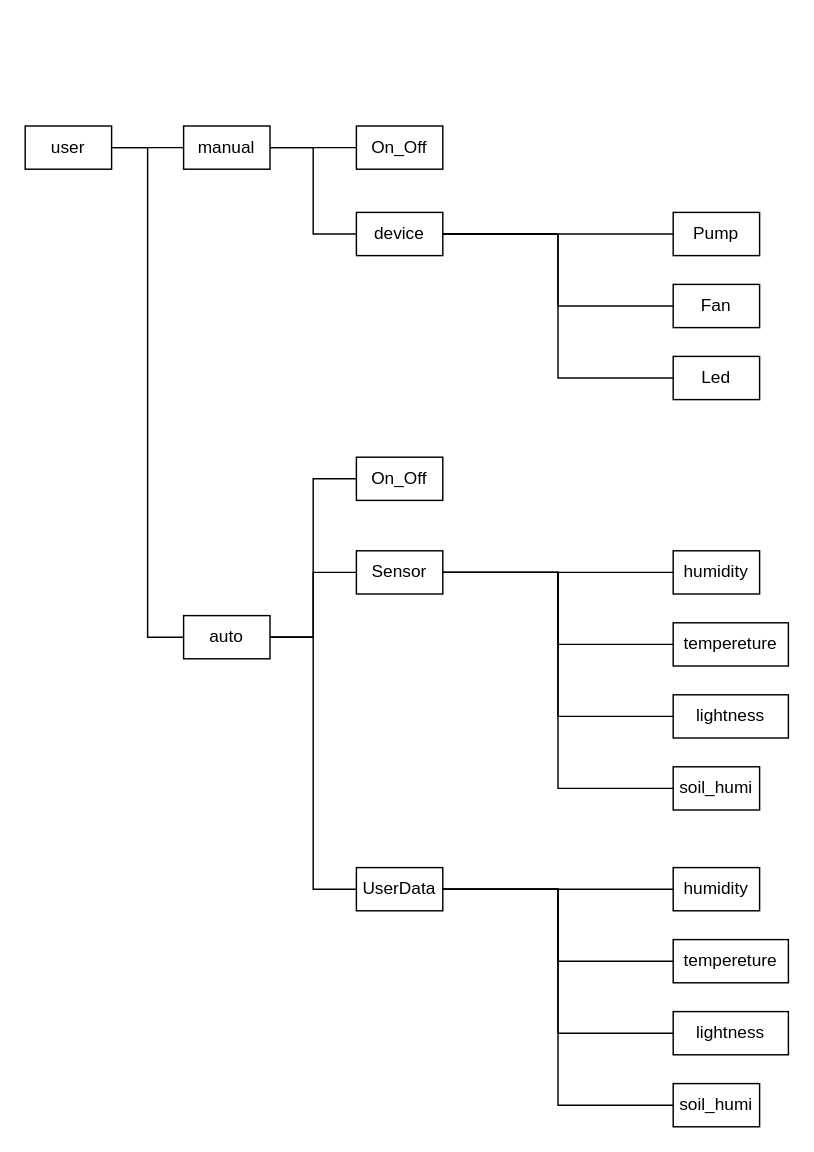
This is 6주차/데이터베이스_저장트리.drawio from sonmyungwon/Software-Development, a draw.io file, before an edit. Source tidied: cells renumbered, new cells numbered last; positions are measured from the earlier drawing's top-left corner, leaving out a move shared by most shapes. Both pictures are drawn from the tidied source at 144%, with x=0, y=0 at pixel (24, 125).
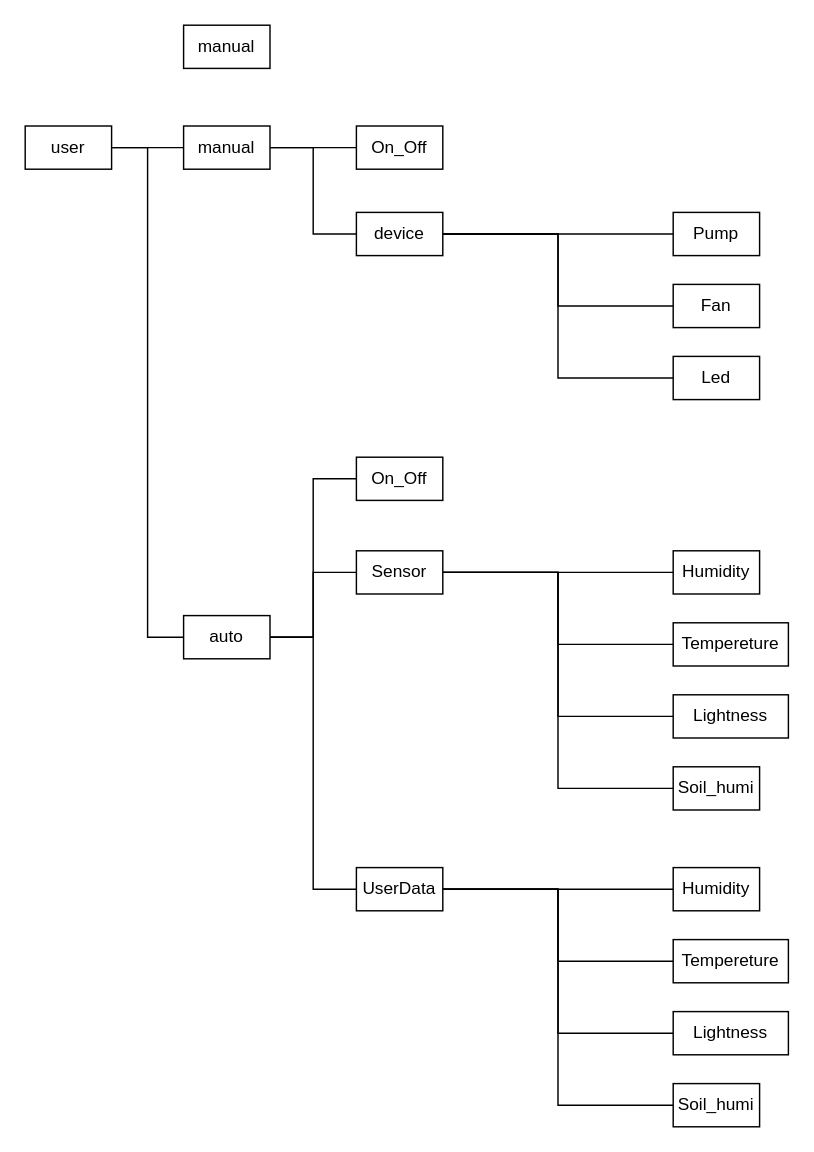
After the change.

Commit message:
데이터베이스_저장트리.drawio 업데이트

Diff of the diagram source:
```diff
@@
-    <mxCell id="30" value="tempereture" style="rounded=0;whiteSpace=wrap;html=1;" parent="1" vertex="1">
+    <mxCell id="30" value="Tempereture" style="rounded=0;whiteSpace=wrap;html=1;" parent="1" vertex="1">
       <mxGeometry x="450" y="345" width="80" height="30" as="geometry" />
     </mxCell>
-    <mxCell id="31" value="humidity" style="rounded=0;whiteSpace=wrap;html=1;" parent="1" vertex="1">
+    <mxCell id="31" value="Humidity" style="rounded=0;whiteSpace=wrap;html=1;" parent="1" vertex="1">
       <mxGeometry x="450" y="295" width="60" height="30" as="geometry" />
     </mxCell>
-    <mxCell id="32" value="lightness" style="rounded=0;whiteSpace=wrap;html=1;" parent="1" vertex="1">
+    <mxCell id="32" value="Lightness" style="rounded=0;whiteSpace=wrap;html=1;" parent="1" vertex="1">
       <mxGeometry x="450" y="395" width="80" height="30" as="geometry" />
     </mxCell>
-    <mxCell id="33" value="soil_humi" style="rounded=0;whiteSpace=wrap;html=1;" parent="1" vertex="1">
+    <mxCell id="33" value="Soil_humi" style="rounded=0;whiteSpace=wrap;html=1;" parent="1" vertex="1">
       <mxGeometry x="450" y="445" width="60" height="30" as="geometry" />
     </mxCell>
-    <mxCell id="34" value="tempereture" style="rounded=0;whiteSpace=wrap;html=1;" parent="1" vertex="1">
+    <mxCell id="34" value="Tempereture" style="rounded=0;whiteSpace=wrap;html=1;" parent="1" vertex="1">
       <mxGeometry x="450" y="565" width="80" height="30" as="geometry" />
     </mxCell>
-    <mxCell id="35" value="humidity" style="rounded=0;whiteSpace=wrap;html=1;" parent="1" vertex="1">
+    <mxCell id="35" value="Humidity" style="rounded=0;whiteSpace=wrap;html=1;" parent="1" vertex="1">
       <mxGeometry x="450" y="515" width="60" height="30" as="geometry" />
     </mxCell>
-    <mxCell id="36" value="lightness" style="rounded=0;whiteSpace=wrap;html=1;" parent="1" vertex="1">
+    <mxCell id="36" value="Lightness" style="rounded=0;whiteSpace=wrap;html=1;" parent="1" vertex="1">
       <mxGeometry x="450" y="615" width="80" height="30" as="geometry" />
     </mxCell>
-    <mxCell id="37" value="soil_humi" style="rounded=0;whiteSpace=wrap;html=1;" parent="1" vertex="1">
+    <mxCell id="37" value="Soil_humi" style="rounded=0;whiteSpace=wrap;html=1;" parent="1" vertex="1">
       <mxGeometry x="450" y="665" width="60" height="30" as="geometry" />
     </mxCell>
@@
+    <mxCell id="39" value="manual" style="rounded=0;whiteSpace=wrap;html=1;" parent="1" vertex="1">
+      <mxGeometry x="110" y="-70" width="60" height="30" as="geometry" />
+    </mxCell>
```
